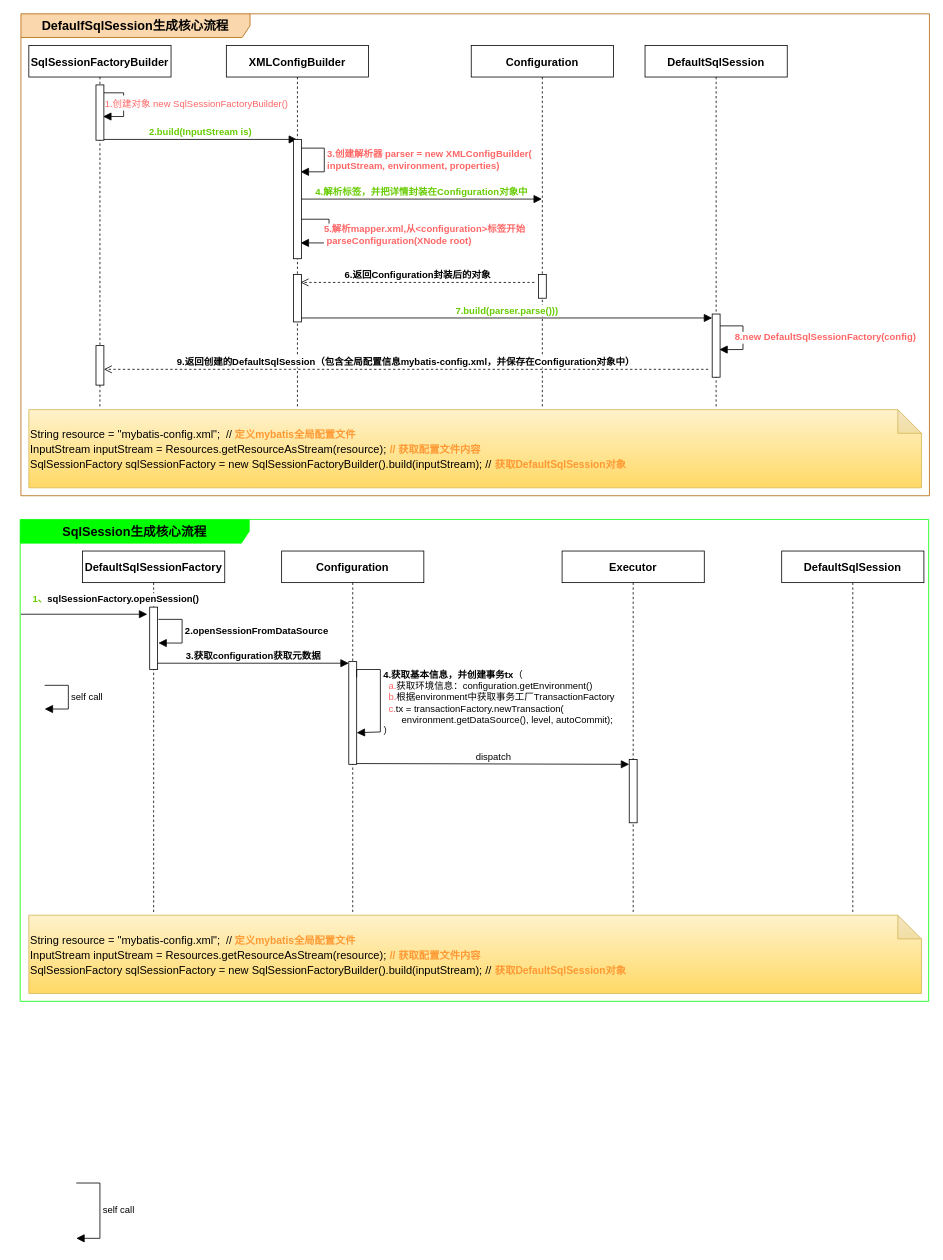
The draw.io diagram sourc-myabtis/Mybatis执行流程.drawio in superbytecode/draw.io, before the edit. Source tidied: cells renumbered, new cells numbered last; positions are measured from the earlier drawing's top-left corner, leaving out a move shared by most shapes. Both pictures are drawn from the tidied source at 79%, with x=0, y=0 at pixel (20, 13).
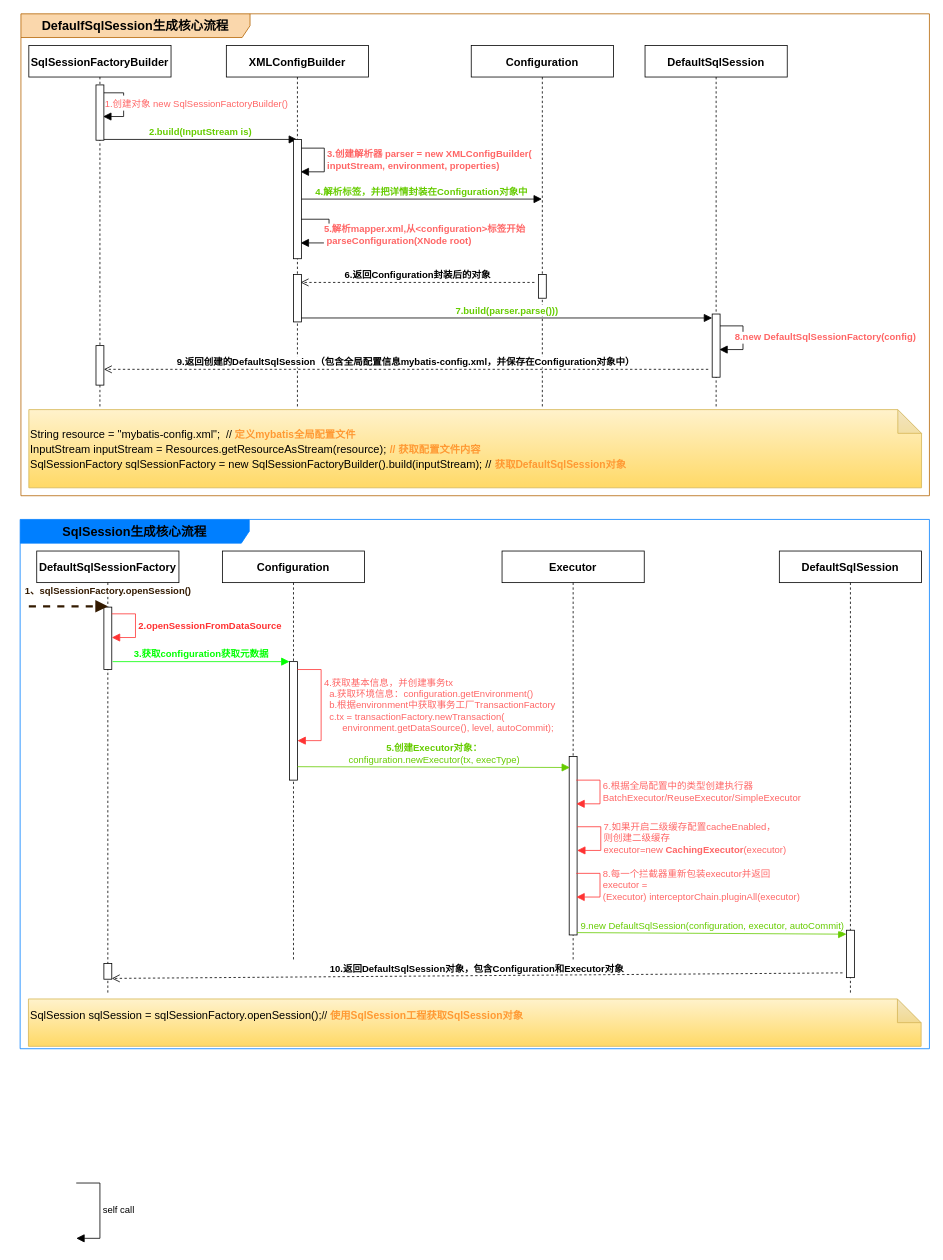
The same page after the edit.

Commit message (it also covers changes not shown here):
更新Mybatis执行流程.drawio

What changed in the source:
```diff
@@
-    <mxCell id="25" value="&lt;b&gt;SqlSession生成核心流程&lt;/b&gt;" style="shape=umlFrame;whiteSpace=wrap;html=1;fontSize=16;fillStyle=solid;swimlaneFillColor=default;width=290;height=30;fillColor=#00FF00;strokeColor=#00FF00;shadow=0;gradientColor=none;" parent="1" vertex="1">
-      <mxGeometry y="640" width="1150" height="610" as="geometry" />
+    <mxCell id="25" value="&lt;b&gt;SqlSession生成核心流程&lt;/b&gt;" style="shape=umlFrame;whiteSpace=wrap;html=1;fontSize=16;fillStyle=solid;swimlaneFillColor=default;width=290;height=30;fillColor=#007FFF;strokeColor=#007FFF;shadow=0;gradientColor=none;" parent="1" vertex="1">
+      <mxGeometry y="640" width="1151" height="670" as="geometry" />
     </mxCell>
     <mxCell id="26" value="&lt;font style=&quot;font-size: 14px;&quot;&gt;&lt;b&gt;DefaultSqlSessionFactory&lt;/b&gt;&lt;/font&gt;" style="shape=umlLifeline;perimeter=lifelinePerimeter;whiteSpace=wrap;html=1;newEdgeStyle={&quot;curved&quot;:0,&quot;rounded&quot;:0};fontSize=16;labelBackgroundColor=none;" parent="1" vertex="1">
-      <mxGeometry x="79" y="680" width="180" height="460" as="geometry" />
+      <mxGeometry x="21" y="680" width="180" height="560" as="geometry" />
     </mxCell>
+    <mxCell id="33" style="html=1;perimeter=orthogonalPerimeter;targetShapes=umlLifeline;newEdgeStyle={&quot;curved&quot;:0,&quot;rounded&quot;:0};fontSize=16;" parent="26" vertex="1">
+      <mxGeometry x="85" y="71" width="10" height="79" as="geometry" />
+    </mxCell>
+    <mxCell id="41" style="html=1;perimeter=orthogonalPerimeter;targetShapes=umlLifeline;newEdgeStyle={&quot;curved&quot;:0,&quot;rounded&quot;:0};fontSize=16;" parent="26" vertex="1">
+      <mxGeometry x="85" y="522" width="10" height="20" as="geometry" />
+    </mxCell>
     <mxCell id="27" value="&lt;b style=&quot;border-color: var(--border-color);&quot;&gt;&lt;font style=&quot;border-color: var(--border-color); font-size: 14px;&quot;&gt;Configuration&lt;/font&gt;&lt;/b&gt;" style="shape=umlLifeline;perimeter=lifelinePerimeter;whiteSpace=wrap;html=1;newEdgeStyle={&quot;curved&quot;:0,&quot;rounded&quot;:0};fontSize=16;labelBackgroundColor=none;" parent="1" vertex="1">
-      <mxGeometry x="331" y="680" width="180" height="460" as="geometry" />
+      <mxGeometry x="256" y="680" width="180" height="520" as="geometry" />
     </mxCell>
     <mxCell id="28" style="html=1;perimeter=orthogonalPerimeter;targetShapes=umlLifeline;newEdgeStyle={&quot;curved&quot;:0,&quot;rounded&quot;:0};fontSize=16;" parent="27" vertex="1">
-      <mxGeometry x="85" y="140" width="10" height="130" as="geometry" />
+      <mxGeometry x="85" y="140" width="10" height="150" as="geometry" />
     </mxCell>
     <mxCell id="29" value="&lt;b&gt;&lt;font style=&quot;font-size: 14px;&quot;&gt;Executor&lt;/font&gt;&lt;/b&gt;" style="shape=umlLifeline;perimeter=lifelinePerimeter;whiteSpace=wrap;html=1;newEdgeStyle={&quot;curved&quot;:0,&quot;rounded&quot;:0};fontSize=16;labelBackgroundColor=none;" parent="1" vertex="1">
-      <mxGeometry x="686" y="680" width="180" height="460" as="geometry" />
+      <mxGeometry x="610" y="680" width="180" height="520" as="geometry" />
     </mxCell>
     <mxCell id="30" style="html=1;perimeter=orthogonalPerimeter;targetShapes=umlLifeline;newEdgeStyle={&quot;curved&quot;:0,&quot;rounded&quot;:0};fontSize=16;" parent="29" vertex="1">
-      <mxGeometry x="85" y="264" width="10" height="80" as="geometry" />
+      <mxGeometry x="85" y="260" width="10" height="226" as="geometry" />
     </mxCell>
     <mxCell id="31" value="&lt;b&gt;&lt;font style=&quot;font-size: 14px;&quot;&gt;DefaultSqlSession&lt;/font&gt;&lt;/b&gt;" style="shape=umlLifeline;perimeter=lifelinePerimeter;whiteSpace=wrap;html=1;newEdgeStyle={&quot;curved&quot;:0,&quot;rounded&quot;:0};fontSize=16;labelBackgroundColor=none;" parent="1" vertex="1">
-      <mxGeometry x="964" y="680" width="180" height="460" as="geometry" />
+      <mxGeometry x="961" y="680" width="180" height="560" as="geometry" />
     </mxCell>
+    <mxCell id="42" style="html=1;points=[[0,0,0,0,5],[0,1,0,0,-5],[1,0,0,0,5],[1,1,0,0,-5]];perimeter=orthogonalPerimeter;outlineConnect=0;targetShapes=umlLifeline;portConstraint=eastwest;newEdgeStyle={&quot;curved&quot;:0,&quot;rounded&quot;:0};fontSize=16;" parent="31" vertex="1">
+      <mxGeometry x="85" y="480" width="10" height="60" as="geometry" />
+    </mxCell>
-    <mxCell id="32" value="&lt;div style=&quot;&quot;&gt;&lt;font style=&quot;font-size: 14px;&quot;&gt;String resource = &quot;mybatis-config.xml&quot;;&amp;nbsp;&lt;/font&gt;&lt;span style=&quot;font-size: 13px;&quot;&gt; // &lt;b&gt;&lt;font color=&quot;#ff9933&quot;&gt;定义&lt;/font&gt;&lt;font style=&quot;font-size: 13px;&quot; color=&quot;#ff9933&quot;&gt;mybatis全局配置文件&lt;/font&gt;&lt;/b&gt;&lt;/span&gt;&lt;/div&gt;&lt;div style=&quot;&quot;&gt;&lt;font style=&quot;font-size: 14px;&quot;&gt;InputStream inputStream = Resources.getResourceAsStream(resource);&lt;/font&gt; &lt;b style=&quot;font-size: 14px;&quot;&gt;&lt;font style=&quot;font-size: 13px;&quot; color=&quot;#ff9933&quot;&gt;// 获取配置文件内容&lt;/font&gt;&lt;/b&gt;&lt;/div&gt;&lt;div style=&quot;&quot;&gt;&lt;font style=&quot;font-size: 14px;&quot;&gt;SqlSessionFactory sqlSessionFactory = new SqlSessionFactoryBuilder().build(inputStream); //&lt;/font&gt; &lt;b style=&quot;font-size: 14px;&quot;&gt;&lt;font color=&quot;#ff9933&quot; style=&quot;font-size: 13px;&quot;&gt;获取DefaultSqlSession对象&lt;/font&gt;&lt;/b&gt;&lt;/div&gt;" style="shape=note;whiteSpace=wrap;html=1;backgroundOutline=1;darkOpacity=0.05;fontSize=16;fillColor=#fff2cc;strokeColor=#d6b656;align=left;gradientColor=#ffd966;" parent="1" vertex="1">
-      <mxGeometry x="11" y="1141" width="1130" height="99" as="geometry" />
+    <mxCell id="32" value="&lt;div style=&quot;font-size: 14px;&quot;&gt;&lt;font style=&quot;font-size: 14px;&quot;&gt;SqlSession sqlSession = sqlSessionFactory.openSession();&lt;/font&gt;&lt;span style=&quot;font-size: 13px; background-color: initial;&quot;&gt;// &lt;font color=&quot;#ff9933&quot;&gt;&lt;b&gt;使用SqlSession工程获取SqlSession对象&lt;/b&gt;&lt;/font&gt;&lt;/span&gt;&lt;/div&gt;&lt;div style=&quot;&quot;&gt;&lt;br&gt;&lt;/div&gt;" style="shape=note;whiteSpace=wrap;html=1;backgroundOutline=1;darkOpacity=0.05;fontSize=16;fillColor=#fff2cc;strokeColor=#d6b656;align=left;gradientColor=#ffd966;" parent="1" vertex="1">
+      <mxGeometry x="10.5" y="1247" width="1130" height="60" as="geometry" />
     </mxCell>
-    <mxCell id="33" style="html=1;perimeter=orthogonalPerimeter;targetShapes=umlLifeline;newEdgeStyle={&quot;curved&quot;:0,&quot;rounded&quot;:0};fontSize=16;" parent="1" vertex="1">
-      <mxGeometry x="164" y="751" width="10" height="79" as="geometry" />
-    </mxCell>
-    <mxCell id="34" value="&lt;b&gt;&lt;font color=&quot;#66cc00&quot;&gt;1、&lt;/font&gt;sqlSessionFactory.openSession()&lt;/b&gt;" style="html=1;verticalAlign=bottom;endArrow=block;curved=0;rounded=0;fontSize=12;startSize=8;endSize=8;" parent="1" edge="1">
-      <mxGeometry x="0.5" y="10" relative="1" as="geometry">
-        <mxPoint x="1" y="760" as="sourcePoint" />
-        <mxPoint x="161" y="760" as="targetPoint" />
+    <mxCell id="34" value="&lt;b&gt;&lt;font color=&quot;#331a00&quot;&gt;1、sqlSessionFactory.openSession()&lt;/font&gt;&lt;/b&gt;" style="html=1;verticalAlign=bottom;endArrow=block;curved=0;rounded=0;fontSize=12;startSize=8;endSize=8;dashed=1;strokeWidth=3;strokeColor=#331A00;" parent="1" edge="1">
+      <mxGeometry x="1" y="10" relative="1" as="geometry">
+        <mxPoint x="11" y="750" as="sourcePoint" />
+        <mxPoint x="111" y="750" as="targetPoint" />
       </mxGeometry>
     </mxCell>
-    <mxCell id="35" value="self call" style="html=1;align=left;spacingLeft=2;endArrow=block;rounded=0;edgeStyle=orthogonalEdgeStyle;curved=0;rounded=0;fontSize=12;startSize=8;endSize=8;" parent="1" edge="1">
-      <mxGeometry relative="1" as="geometry">
-        <mxPoint x="31" y="850" as="sourcePoint" />
-        <mxPoint x="31" y="880" as="targetPoint" />
-        <Array as="points">
-          <mxPoint x="61" y="880" />
-        </Array>
-      </mxGeometry>
-    </mxCell>
-    <mxCell id="36" value="&lt;b&gt;2.openSessionFromDataSource&lt;/b&gt;" style="html=1;align=left;spacingLeft=2;endArrow=block;rounded=0;edgeStyle=orthogonalEdgeStyle;curved=0;rounded=0;fontSize=12;startSize=8;endSize=8;" parent="1" edge="1">
+    <mxCell id="36" value="&lt;b&gt;&lt;font color=&quot;#ff3333&quot;&gt;2.openSessionFromDataSource&lt;/font&gt;&lt;/b&gt;" style="html=1;align=left;spacingLeft=2;endArrow=block;rounded=0;edgeStyle=orthogonalEdgeStyle;curved=0;rounded=0;fontSize=12;startSize=8;endSize=8;strokeColor=#FF3333;" parent="1" edge="1">
       <mxGeometry relative="1" as="geometry">
-        <mxPoint x="175" y="766.5" as="sourcePoint" />
-        <mxPoint x="175" y="796.5" as="targetPoint" />
+        <mxPoint x="116" y="759.5" as="sourcePoint" />
+        <mxPoint x="116" y="789.5" as="targetPoint" />
         <Array as="points">
-          <mxPoint x="205" y="796.5" />
+          <mxPoint x="146" y="789.5" />
         </Array>
       </mxGeometry>
     </mxCell>
@@
-    <mxCell id="38" value="&lt;b&gt;&lt;br&gt;4.获取基本信息，并创建事务tx&lt;/b&gt;（&lt;br&gt;&lt;font color=&quot;#ff6666&quot;&gt;&amp;nbsp; a.&lt;/font&gt;获取环境信息：configuration.getEnvironment()&lt;br&gt;&lt;font color=&quot;#ff6666&quot;&gt;&amp;nbsp; b.&lt;/font&gt;根据environment中获取事务工厂TransactionFactory&lt;br&gt;&lt;font color=&quot;#ff6666&quot;&gt;&amp;nbsp; c.&lt;/font&gt;tx = transactionFactory.newTransaction(&lt;br&gt;&amp;nbsp; &amp;nbsp; &amp;nbsp; &amp;nbsp;environment.getDataSource(), level, autoCommit);&lt;br&gt;）" style="html=1;align=left;spacingLeft=2;endArrow=block;rounded=0;edgeStyle=orthogonalEdgeStyle;curved=0;rounded=0;fontSize=12;startSize=8;endSize=8;" parent="1" edge="1">
-      <mxGeometry relative="1" as="geometry">
-        <mxPoint x="426" y="840" as="sourcePoint" />
-        <mxPoint x="426" y="910" as="targetPoint" />
-        <Array as="points">
-          <mxPoint x="426" y="830" />
-          <mxPoint x="456" y="830" />
-          <mxPoint x="456" y="909" />
-        </Array>
-      </mxGeometry>
-    </mxCell>
-    <mxCell id="39" value="&lt;b&gt;3.获取configuration获取元数据&lt;/b&gt;" style="html=1;verticalAlign=bottom;endArrow=block;curved=0;rounded=0;fontSize=12;startSize=8;endSize=8;" parent="1" edge="1">
+    <mxCell id="39" value="&lt;b&gt;&lt;font color=&quot;#00ff00&quot;&gt;3.获取configuration获取元数据&lt;/font&gt;&lt;/b&gt;" style="html=1;verticalAlign=bottom;endArrow=block;curved=0;rounded=0;fontSize=12;startSize=8;endSize=8;strokeColor=#00FF00;" parent="1" edge="1">
       <mxGeometry relative="1" as="geometry">
-        <mxPoint x="174" y="822" as="sourcePoint" />
-        <mxPoint x="416" y="822" as="targetPoint" />
+        <mxPoint x="117" y="820" as="sourcePoint" />
+        <mxPoint x="341" y="820" as="targetPoint" />
       </mxGeometry>
     </mxCell>
-    <mxCell id="40" value="dispatch" style="html=1;verticalAlign=bottom;endArrow=block;curved=0;rounded=0;fontSize=12;startSize=8;endSize=8;" parent="1" edge="1">
+    <mxCell id="40" value="&lt;font color=&quot;#66cc00&quot;&gt;&lt;b&gt;5.创建Executor对象：&lt;/b&gt;&lt;br&gt;configuration.newExecutor(tx, execType)&lt;/font&gt;" style="html=1;verticalAlign=bottom;endArrow=block;curved=0;rounded=0;fontSize=12;startSize=8;endSize=8;strokeColor=#66CC00;" parent="1" edge="1">
       <mxGeometry relative="1" as="geometry">
-        <mxPoint x="426" y="949" as="sourcePoint" />
-        <mxPoint x="771" y="950" as="targetPoint" />
+        <mxPoint x="351" y="953" as="sourcePoint" />
+        <mxPoint x="696" y="954" as="targetPoint" />
       </mxGeometry>
     </mxCell>
+    <mxCell id="43" value="&lt;font color=&quot;#ff6666&quot;&gt;7.如果开启二级缓存配置cacheEnabled，&lt;br&gt;则创建二级缓存 &lt;br&gt;executor=new &lt;b&gt;CachingExecutor&lt;/b&gt;(executor)&lt;/font&gt;" style="html=1;align=left;spacingLeft=2;endArrow=block;rounded=0;edgeStyle=orthogonalEdgeStyle;curved=0;rounded=0;fontSize=12;startSize=8;endSize=8;strokeColor=#FF3333;" parent="1" edge="1">
+      <mxGeometry relative="1" as="geometry">
+        <mxPoint x="705" y="1029" as="sourcePoint" />
+        <mxPoint x="705" y="1059" as="targetPoint" />
+        <Array as="points">
+          <mxPoint x="735" y="1059" />
+        </Array>
+      </mxGeometry>
+    </mxCell>
+    <mxCell id="44" value="&lt;font color=&quot;#ff6666&quot;&gt;8.每一个拦截器重新包装executor并返回&lt;br&gt;executor = &lt;br&gt;(Executor) interceptorChain.pluginAll(executor)&lt;/font&gt;" style="html=1;align=left;spacingLeft=2;endArrow=block;rounded=0;edgeStyle=orthogonalEdgeStyle;curved=0;rounded=0;fontSize=12;startSize=8;endSize=8;strokeColor=#FF3333;" parent="1" edge="1">
+      <mxGeometry relative="1" as="geometry">
+        <mxPoint x="704" y="1088" as="sourcePoint" />
+        <mxPoint x="704" y="1118" as="targetPoint" />
+        <Array as="points">
+          <mxPoint x="734" y="1118" />
+        </Array>
+      </mxGeometry>
+    </mxCell>
+    <mxCell id="45" value="&lt;font color=&quot;#66cc00&quot;&gt;9.new DefaultSqlSession(configuration, executor, autoCommit)&lt;/font&gt;" style="html=1;verticalAlign=bottom;endArrow=block;curved=0;rounded=0;fontSize=12;startSize=8;endSize=8;entryX=0;entryY=0;entryDx=0;entryDy=5;entryPerimeter=0;strokeColor=#66CC00;" parent="1" edge="1" target="42">
+      <mxGeometry relative="1" as="geometry">
+        <mxPoint x="705" y="1163" as="sourcePoint" />
+      </mxGeometry>
+    </mxCell>
+    <mxCell id="46" value="&lt;b&gt;10.返回DefaultSqlSession对象，包含Configuration和Executor对象&lt;/b&gt;" style="html=1;verticalAlign=bottom;endArrow=open;dashed=1;endSize=8;curved=0;rounded=0;fontSize=12;entryX=1;entryY=1;entryDx=0;entryDy=-5;entryPerimeter=0;" parent="1" edge="1">
+      <mxGeometry relative="1" as="geometry">
+        <mxPoint x="1041" y="1214" as="sourcePoint" />
+        <mxPoint x="116" y="1221" as="targetPoint" />
+      </mxGeometry>
+    </mxCell>
+    <mxCell id="47" value="&lt;div&gt;&lt;font color=&quot;#ff6666&quot;&gt;4.获取基本信息，并创建事务tx&lt;/font&gt;&lt;/div&gt;&lt;div&gt;&lt;font color=&quot;#ff6666&quot;&gt;&amp;nbsp; a.获取环境信息：configuration.getEnvironment()&lt;/font&gt;&lt;/div&gt;&lt;div&gt;&lt;font color=&quot;#ff6666&quot;&gt;&amp;nbsp; b.根据environment中获取事务工厂TransactionFactory&lt;/font&gt;&lt;/div&gt;&lt;div&gt;&lt;font color=&quot;#ff6666&quot;&gt;&amp;nbsp; c.tx = transactionFactory.newTransaction(&lt;/font&gt;&lt;/div&gt;&lt;div&gt;&lt;font color=&quot;#ff6666&quot;&gt;&amp;nbsp; &amp;nbsp; &amp;nbsp; &amp;nbsp;environment.getDataSource(), level, autoCommit);&lt;/font&gt;&lt;/div&gt;" style="html=1;align=left;spacingLeft=2;endArrow=block;rounded=0;edgeStyle=orthogonalEdgeStyle;curved=0;rounded=0;fontSize=12;startSize=8;endSize=8;strokeColor=#FF3333;" parent="1" edge="1">
+      <mxGeometry relative="1" as="geometry">
+        <mxPoint x="351" y="830" as="sourcePoint" />
+        <mxPoint x="351" y="920" as="targetPoint" />
+        <Array as="points">
+          <mxPoint x="381" y="830" />
+          <mxPoint x="381" y="920" />
+          <mxPoint x="351" y="920" />
+        </Array>
+      </mxGeometry>
+    </mxCell>
+    <mxCell id="48" value="&lt;div&gt;&lt;font color=&quot;#ff6666&quot;&gt;6.根据全局配置中的类型创建执行器&lt;/font&gt;&lt;/div&gt;&lt;div&gt;&lt;font color=&quot;#ff6666&quot;&gt;BatchExecutor/ReuseExecutor/SimpleExecutor&lt;/font&gt;&lt;/div&gt;" style="html=1;align=left;spacingLeft=2;endArrow=block;rounded=0;edgeStyle=orthogonalEdgeStyle;curved=0;rounded=0;fontSize=12;startSize=8;endSize=8;strokeColor=#FF3333;" parent="1" edge="1">
+      <mxGeometry relative="1" as="geometry">
+        <mxPoint x="704" y="970" as="sourcePoint" />
+        <mxPoint x="704" y="1000" as="targetPoint" />
+        <Array as="points">
+          <mxPoint x="734" y="1000" />
+        </Array>
+      </mxGeometry>
+    </mxCell>
```
